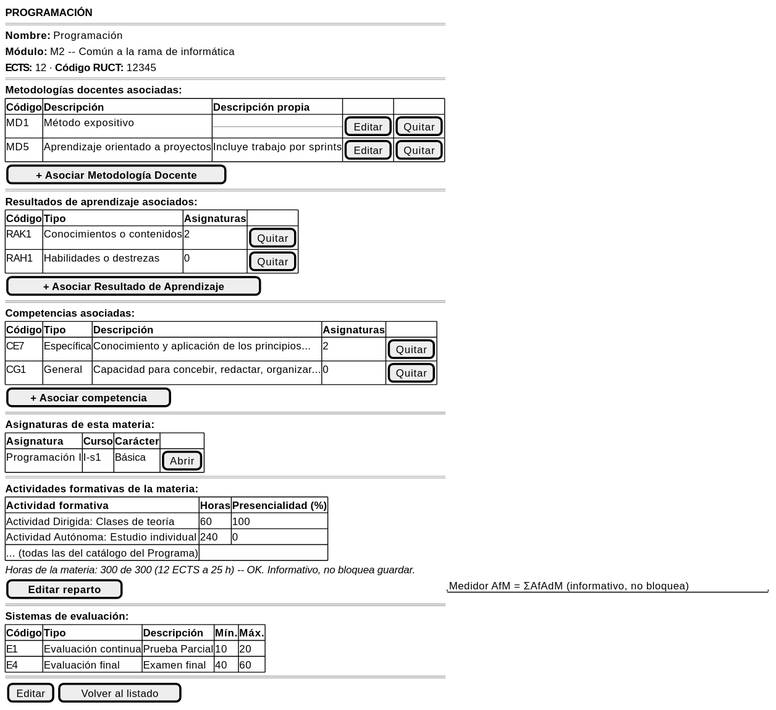
The PlantUML diagram images/RUP/01-requisitos/03-detalle-casos-uso/abrirMateria/wireframe.svg in mmasias/pyCeldaPublico, before a commit. The source it was exported from:
```plantuml
@startsalt abrirMateria-wireframe
{
    <b>PROGRAMACIÓN</b>
    ====
    <b>Nombre:</b> Programación
    <b>Módulo:</b> M2 -- Común a la rama de informática
    <b>ECTS:</b> 12 · <b>Código RUCT:</b> 12345
    ====
    <b>Metodologías docentes asociadas:</b>
    {#
        <b>Código | <b>Descripción | <b>Descripción propia | . | .
        MD1 | Método expositivo | -- | [Editar] | [Quitar]
        MD5 | Aprendizaje orientado a proyectos | Incluye trabajo por sprints | [Editar] | [Quitar]
    }
    [ <b>+ Asociar Metodología Docente</b> ]
    ====
    <b>Resultados de aprendizaje asociados:</b>
    {#
        <b>Código | <b>Tipo | <b>Asignaturas | .
        RAK1 | Conocimientos o contenidos | 2 | [Quitar]
        RAH1 | Habilidades o destrezas | 0 | [Quitar]
    }
    [ <b>+ Asociar Resultado de Aprendizaje</b> ]
    ====
    <b>Competencias asociadas:</b>
    {#
        <b>Código | <b>Tipo | <b>Descripción | <b>Asignaturas | .
        CE7 | Específica | Conocimiento y aplicación de los principios... | 2 | [Quitar]
        CG1 | General | Capacidad para concebir, redactar, organizar... | 0 | [Quitar]
    }
    [ <b>+ Asociar competencia</b> ]
    ====
    <b>Asignaturas de esta materia:</b>
    {#
        <b>Asignatura | <b>Curso | <b>Carácter | .
        Programación I | I-s1 | Básica | [Abrir]
    }
    ====
    <b>Actividades formativas de la materia:</b>
    {#
        <b>Actividad formativa | <b>Horas | <b>Presencialidad (%)
        Actividad Dirigida: Clases de teoría | 60 | 100
        Actividad Autónoma: Estudio individual | 240 | 0
        ... (todas las del catálogo del Programa) | |
    }
    <i>Horas de la materia: 300 de 300 (12 ECTS a 25 h) -- OK. Informativo, no bloquea guardar.</i>
    [ <b>Editar reparto</b> ]  |  "Medidor AfM = ΣAfAdM (informativo, no bloquea)"
    ====
    <b>Sistemas de evaluación:</b>
    {#
        <b>Código | <b>Tipo | <b>Descripción | <b>Mín. | <b>Máx.
        E1 | Evaluación continua | Prueba Parcial | 10 | 20
        E4 | Evaluación final | Examen final | 40 | 60
    }
    ====
    {[Editar] | [Volver al listado]}
}
@endsalt
```
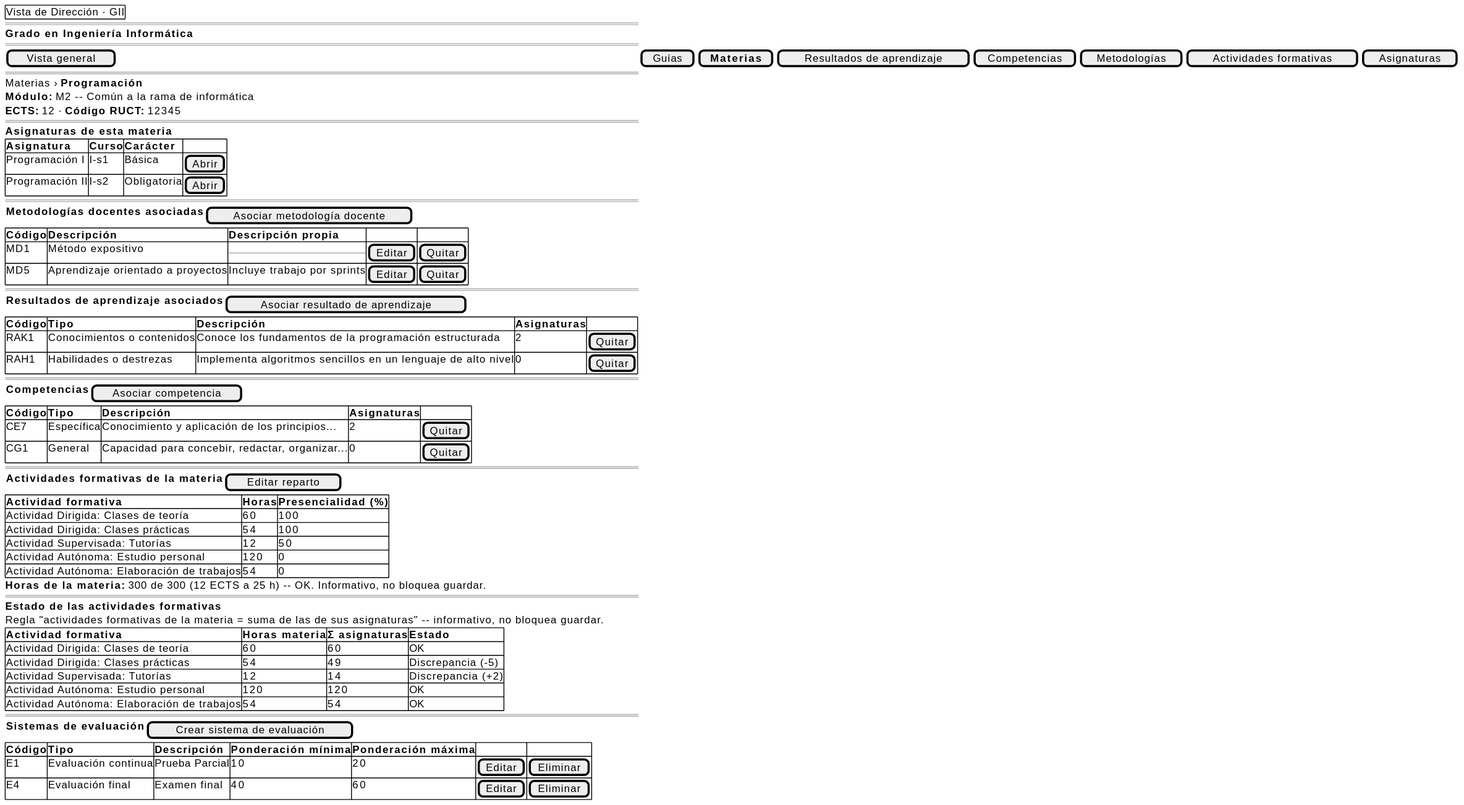
The same diagram one commit later.

The edit, as a diff of the source:
```diff
@@ -1,58 +1,80 @@
 @startsalt abrirMateria-wireframe
 {
-    <b>PROGRAMACIÓN</b>
+    {+ Vista de Dirección · GII }
     ====
-    <b>Nombre:</b> Programación
+    <b>Grado en Ingeniería Informática</b>
+    ====
+    [ Vista general ] | [ Guías ] | [ <b>Materias</b> ] | [ Resultados de aprendizaje ] | [ Competencias ] | [ Metodologías ] | [ Actividades formativas ] | [ Asignaturas ]
+    ====
+    Materias › <b>Programación</b>
     <b>Módulo:</b> M2 -- Común a la rama de informática
     <b>ECTS:</b> 12 · <b>Código RUCT:</b> 12345
     ====
-    <b>Metodologías docentes asociadas:</b>
+    <b>Asignaturas de esta materia</b>
+    {#
+        <b>Asignatura | <b>Curso | <b>Carácter | .
+        Programación I | I-s1 | Básica | [Abrir]
+        Programación II | I-s2 | Obligatoria | [Abrir]
+    }
+    ====
+    {
+        <b>Metodologías docentes asociadas</b> | [ Asociar metodología docente ]
+    }
     {#
         <b>Código | <b>Descripción | <b>Descripción propia | . | .
         MD1 | Método expositivo | -- | [Editar] | [Quitar]
         MD5 | Aprendizaje orientado a proyectos | Incluye trabajo por sprints | [Editar] | [Quitar]
     }
-    [ <b>+ Asociar Metodología Docente</b> ]
     ====
-    <b>Resultados de aprendizaje asociados:</b>
+    {
+        <b>Resultados de aprendizaje asociados</b> | [ Asociar resultado de aprendizaje ]
+    }
     {#
-        <b>Código | <b>Tipo | <b>Asignaturas | .
-        RAK1 | Conocimientos o contenidos | 2 | [Quitar]
-        RAH1 | Habilidades o destrezas | 0 | [Quitar]
+        <b>Código | <b>Tipo | <b>Descripción | <b>Asignaturas | .
+        RAK1 | Conocimientos o contenidos | Conoce los fundamentos de la programación estructurada | 2 | [Quitar]
+        RAH1 | Habilidades o destrezas | Implementa algoritmos sencillos en un lenguaje de alto nivel | 0 | [Quitar]
     }
-    [ <b>+ Asociar Resultado de Aprendizaje</b> ]
     ====
-    <b>Competencias asociadas:</b>
+    {
+        <b>Competencias</b> | [ Asociar competencia ]
+    }
     {#
         <b>Código | <b>Tipo | <b>Descripción | <b>Asignaturas | .
         CE7 | Específica | Conocimiento y aplicación de los principios... | 2 | [Quitar]
         CG1 | General | Capacidad para concebir, redactar, organizar... | 0 | [Quitar]
     }
-    [ <b>+ Asociar competencia</b> ]
     ====
-    <b>Asignaturas de esta materia:</b>
-    {#
-        <b>Asignatura | <b>Curso | <b>Carácter | .
-        Programación I | I-s1 | Básica | [Abrir]
+    {
+        <b>Actividades formativas de la materia</b> | [ Editar reparto ]
     }
-    ====
-    <b>Actividades formativas de la materia:</b>
     {#
         <b>Actividad formativa | <b>Horas | <b>Presencialidad (%)
         Actividad Dirigida: Clases de teoría | 60 | 100
-        Actividad Autónoma: Estudio individual | 240 | 0
-        ... (todas las del catálogo del Programa) | |
+        Actividad Dirigida: Clases prácticas | 54 | 100
+        Actividad Supervisada: Tutorías | 12 | 50
+        Actividad Autónoma: Estudio personal | 120 | 0
+        Actividad Autónoma: Elaboración de trabajos | 54 | 0
     }
-    <i>Horas de la materia: 300 de 300 (12 ECTS a 25 h) -- OK. Informativo, no bloquea guardar.</i>
-    [ <b>Editar reparto</b> ]  |  "Medidor AfM = ΣAfAdM (informativo, no bloquea)"
+    <b>Horas de la materia:</b> 300 de 300 (12 ECTS a 25 h) -- OK. Informativo, no bloquea guardar.
     ====
-    <b>Sistemas de evaluación:</b>
+    <b>Estado de las actividades formativas</b>
+    Regla "actividades formativas de la materia = suma de las de sus asignaturas" -- informativo, no bloquea guardar.
     {#
-        <b>Código | <b>Tipo | <b>Descripción | <b>Mín. | <b>Máx.
-        E1 | Evaluación continua | Prueba Parcial | 10 | 20
-        E4 | Evaluación final | Examen final | 40 | 60
+        <b>Actividad formativa | <b>Horas materia | <b>Σ asignaturas | <b>Estado
+        Actividad Dirigida: Clases de teoría | 60 | 60 | OK
+        Actividad Dirigida: Clases prácticas | 54 | 49 | Discrepancia (-5)
+        Actividad Supervisada: Tutorías | 12 | 14 | Discrepancia (+2)
+        Actividad Autónoma: Estudio personal | 120 | 120 | OK
+        Actividad Autónoma: Elaboración de trabajos | 54 | 54 | OK
     }
     ====
-    {[Editar] | [Volver al listado]}
+    {
+        <b>Sistemas de evaluación</b> | [ Crear sistema de evaluación ]
+    }
+    {#
+        <b>Código | <b>Tipo | <b>Descripción | <b>Ponderación mínima | <b>Ponderación máxima | . | .
+        E1 | Evaluación continua | Prueba Parcial | 10 | 20 | [Editar] | [Eliminar]
+        E4 | Evaluación final | Examen final | 40 | 60 | [Editar] | [Eliminar]
+    }
 }
 @endsalt
```
